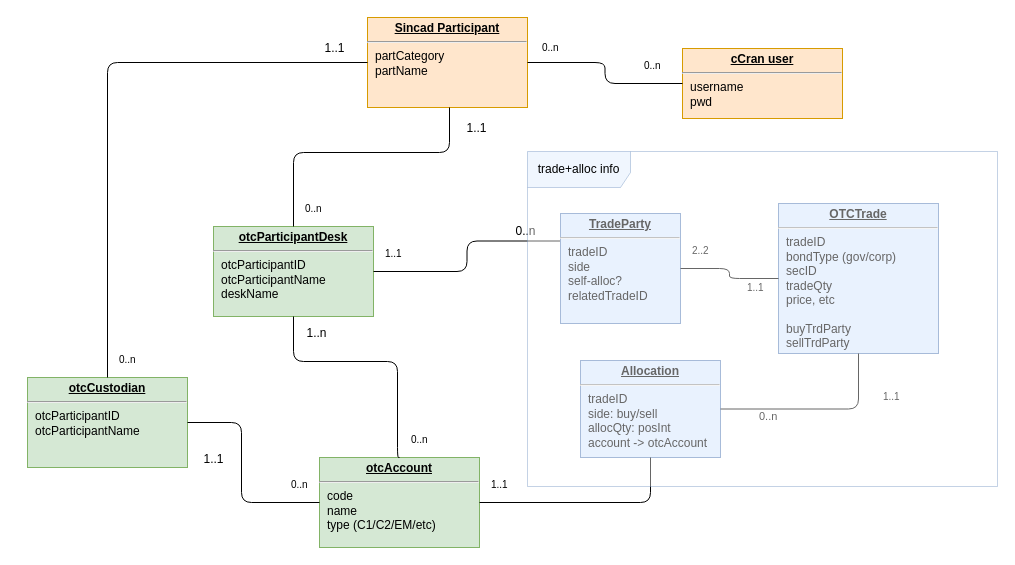
This is Untitled Diagram.drawio from mbolmstrand/graphql_is_the_bomb, a draw.io file, before an edit. Source tidied: cells renumbered, new cells numbered last; positions are measured from the earlier drawing's top-left corner, leaving out a move shared by most shapes. Both pictures are drawn from the tidied source at 100%, with x=0, y=0 at pixel (27, 17).
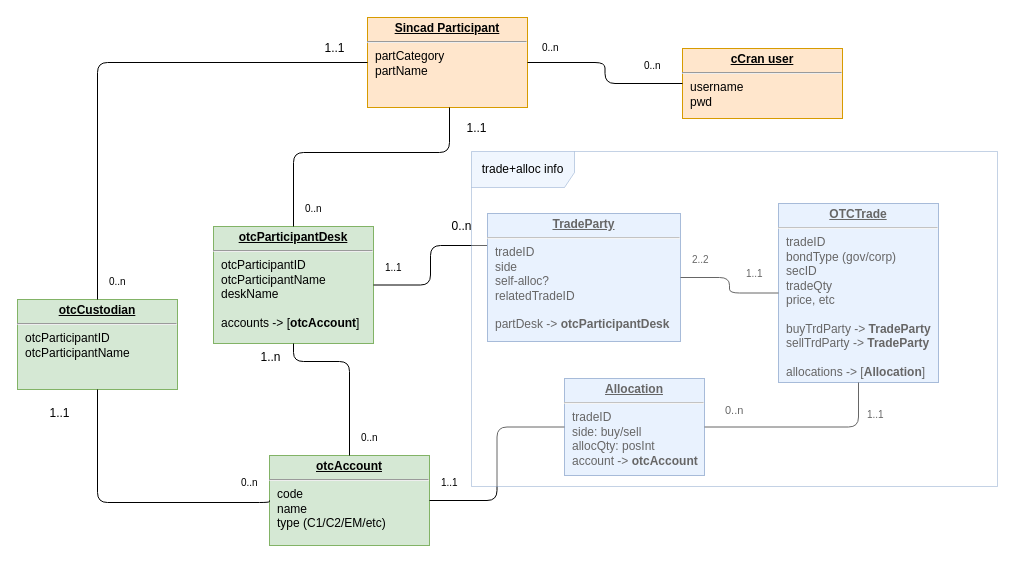
Above is the later version.

What changed in the source:
```diff
@@
-    <mxCell id="3" value="&lt;p style=&quot;margin: 0px ; margin-top: 4px ; text-align: center ; text-decoration: underline&quot;&gt;&lt;b&gt;otcParticipantDesk&lt;/b&gt;&lt;/p&gt;&lt;hr&gt;&lt;p style=&quot;margin: 0px ; margin-left: 8px&quot;&gt;otcParticipantID&lt;br&gt;otcParticipantName&lt;br&gt;deskName&lt;/p&gt;" style="verticalAlign=top;align=left;overflow=fill;fontSize=12;fontFamily=Helvetica;html=1;fillColor=#d5e8d4;strokeColor=#82b366;" parent="1" vertex="1">
-      <mxGeometry x="186" y="209" width="160" height="90" as="geometry" />
+    <mxCell id="3" value="&lt;p style=&quot;margin: 0px ; margin-top: 4px ; text-align: center ; text-decoration: underline&quot;&gt;&lt;b&gt;otcParticipantDesk&lt;/b&gt;&lt;/p&gt;&lt;hr&gt;&lt;p style=&quot;margin: 0px ; margin-left: 8px&quot;&gt;otcParticipantID&lt;br&gt;otcParticipantName&lt;br&gt;deskName&lt;/p&gt;&lt;p style=&quot;margin: 0px ; margin-left: 8px&quot;&gt;&lt;br&gt;&lt;/p&gt;&lt;p style=&quot;margin: 0px ; margin-left: 8px&quot;&gt;accounts -&amp;gt; [&lt;b&gt;otcAccount&lt;/b&gt;]&lt;/p&gt;" style="verticalAlign=top;align=left;overflow=fill;fontSize=12;fontFamily=Helvetica;html=1;fillColor=#d5e8d4;strokeColor=#82b366;" parent="1" vertex="1">
+      <mxGeometry x="186" y="209" width="160" height="117" as="geometry" />
     </mxCell>
     <mxCell id="4" value="&lt;p style=&quot;margin: 0px ; margin-top: 4px ; text-align: center ; text-decoration: underline&quot;&gt;&lt;b&gt;otcAccount&lt;/b&gt;&lt;/p&gt;&lt;hr&gt;&lt;p style=&quot;margin: 0px ; margin-left: 8px&quot;&gt;code&lt;br&gt;name&lt;/p&gt;&lt;p style=&quot;margin: 0px ; margin-left: 8px&quot;&gt;type (C1/C2/EM/etc)&lt;/p&gt;" style="verticalAlign=top;align=left;overflow=fill;fontSize=12;fontFamily=Helvetica;html=1;fillColor=#d5e8d4;strokeColor=#82b366;" parent="1" vertex="1">
-      <mxGeometry x="292" y="440" width="160" height="90" as="geometry" />
+      <mxGeometry x="242" y="438" width="160" height="90" as="geometry" />
     </mxCell>
     <mxCell id="5" style="endArrow=none;html=1;startArrow=none;startFill=0;edgeStyle=orthogonalEdgeStyle;exitX=0.5;exitY=0;exitDx=0;exitDy=0;endFill=0;" parent="1" edge="1" source="4" target="3">
       <mxGeometry relative="1" as="geometry">
         <Array as="points">
-          <mxPoint x="370" y="344" />
+          <mxPoint x="322" y="344" />
           <mxPoint x="266" y="344" />
         </Array>
       </mxGeometry>
     </mxCell>
@@
     <mxCell id="8" value="1..n" style="text;html=1;align=center;verticalAlign=middle;" parent="1" vertex="1">
-      <mxGeometry x="269" y="306" width="40" height="20" as="geometry" />
+      <mxGeometry x="223" y="330" width="40" height="20" as="geometry" />
     </mxCell>
@@
-    <mxCell id="16" value="0..n" style="text;html=1;align=center;verticalAlign=middle;" parent="1" vertex="1">
-      <mxGeometry x="478" y="204" width="40" height="20" as="geometry" />
-    </mxCell>
     <mxCell id="17" value="&lt;p style=&quot;margin: 0px ; margin-top: 4px ; text-align: center ; text-decoration: underline&quot;&gt;&lt;b&gt;otcCustodian&lt;/b&gt;&lt;/p&gt;&lt;hr&gt;&lt;p style=&quot;margin: 0px ; margin-left: 8px&quot;&gt;otcParticipantID&lt;br&gt;otcParticipantName&lt;br&gt;&lt;br&gt;&lt;/p&gt;" style="verticalAlign=top;align=left;overflow=fill;fontSize=12;fontFamily=Helvetica;html=1;fillColor=#d5e8d4;strokeColor=#82b366;" parent="1" vertex="1">
-      <mxGeometry y="360" width="160" height="90" as="geometry" />
+      <mxGeometry x="-10" y="282" width="160" height="90" as="geometry" />
     </mxCell>
-    <mxCell id="18" style="endArrow=none;html=1;startArrow=none;startFill=0;edgeStyle=orthogonalEdgeStyle;exitX=0;exitY=0.5;exitDx=0;exitDy=0;endFill=0;entryX=1;entryY=0.5;entryDx=0;entryDy=0;" parent="1" edge="1" source="4" target="17">
+    <mxCell id="18" style="endArrow=none;html=1;startArrow=none;startFill=0;edgeStyle=orthogonalEdgeStyle;exitX=0;exitY=0.5;exitDx=0;exitDy=0;endFill=0;entryX=0.5;entryY=1;entryDx=0;entryDy=0;" parent="1" edge="1" source="4" target="17">
       <mxGeometry relative="1" as="geometry">
         <Array as="points">
-          <mxPoint x="214" y="485" />
-          <mxPoint x="214" y="405" />
+          <mxPoint x="242" y="485" />
+          <mxPoint x="70" y="485" />
         </Array>
       </mxGeometry>
     </mxCell>
@@
     <mxCell id="21" value="1..1" style="text;html=1;align=center;verticalAlign=middle;" parent="1" vertex="1">
-      <mxGeometry x="166" y="432" width="40" height="20" as="geometry" />
+      <mxGeometry x="12" y="386" width="40" height="20" as="geometry" />
     </mxCell>
@@
-    <mxCell id="27" value="&lt;p style=&quot;margin: 0px ; margin-top: 4px ; text-align: center ; text-decoration: underline&quot;&gt;&lt;b&gt;OTCTrade&lt;/b&gt;&lt;/p&gt;&lt;hr&gt;&lt;p style=&quot;margin: 0px ; margin-left: 8px&quot;&gt;tradeID&lt;/p&gt;&lt;p style=&quot;margin: 0px ; margin-left: 8px&quot;&gt;bondType (gov/corp)&lt;/p&gt;&lt;p style=&quot;margin: 0px ; margin-left: 8px&quot;&gt;secID&lt;/p&gt;&lt;p style=&quot;margin: 0px ; margin-left: 8px&quot;&gt;tradeQty&lt;/p&gt;&lt;p style=&quot;margin: 0px ; margin-left: 8px&quot;&gt;price, etc&lt;/p&gt;&lt;p style=&quot;margin: 0px ; margin-left: 8px&quot;&gt;&lt;br&gt;&lt;/p&gt;&lt;p style=&quot;margin: 0px ; margin-left: 8px&quot;&gt;buyTrdParty&lt;/p&gt;&lt;p style=&quot;margin: 0px ; margin-left: 8px&quot;&gt;sellTrdParty&lt;/p&gt;" style="verticalAlign=top;align=left;overflow=fill;fontSize=12;fontFamily=Helvetica;html=1;fillColor=#dae8fc;strokeColor=#6c8ebf;" parent="1" vertex="1">
-      <mxGeometry x="751" y="186" width="160" height="150" as="geometry" />
+    <mxCell id="27" value="&lt;p style=&quot;margin: 0px ; margin-top: 4px ; text-align: center ; text-decoration: underline&quot;&gt;&lt;b&gt;OTCTrade&lt;/b&gt;&lt;/p&gt;&lt;hr&gt;&lt;p style=&quot;margin: 0px ; margin-left: 8px&quot;&gt;tradeID&lt;/p&gt;&lt;p style=&quot;margin: 0px ; margin-left: 8px&quot;&gt;bondType (gov/corp)&lt;/p&gt;&lt;p style=&quot;margin: 0px ; margin-left: 8px&quot;&gt;secID&lt;/p&gt;&lt;p style=&quot;margin: 0px ; margin-left: 8px&quot;&gt;tradeQty&lt;/p&gt;&lt;p style=&quot;margin: 0px ; margin-left: 8px&quot;&gt;price, etc&lt;/p&gt;&lt;p style=&quot;margin: 0px ; margin-left: 8px&quot;&gt;&lt;br&gt;&lt;/p&gt;&lt;p style=&quot;margin: 0px ; margin-left: 8px&quot;&gt;buyTrdParty -&amp;gt; &lt;b&gt;TradeParty&lt;/b&gt;&lt;/p&gt;&lt;p style=&quot;margin: 0px ; margin-left: 8px&quot;&gt;sellTrdParty -&amp;gt; &lt;b&gt;TradeParty&lt;/b&gt;&lt;/p&gt;&lt;p style=&quot;margin: 0px ; margin-left: 8px&quot;&gt;&lt;b&gt;&lt;br&gt;&lt;/b&gt;&lt;/p&gt;&lt;p style=&quot;margin: 0px ; margin-left: 8px&quot;&gt;allocations -&amp;gt; [&lt;b&gt;Allocation&lt;/b&gt;]&lt;/p&gt;" style="verticalAlign=top;align=left;overflow=fill;fontSize=12;fontFamily=Helvetica;html=1;fillColor=#dae8fc;strokeColor=#6c8ebf;" parent="1" vertex="1">
+      <mxGeometry x="751" y="186" width="160" height="179" as="geometry" />
     </mxCell>
-    <mxCell id="28" value="&lt;p style=&quot;margin: 0px ; margin-top: 4px ; text-align: center ; text-decoration: underline&quot;&gt;&lt;b&gt;TradeParty&lt;/b&gt;&lt;/p&gt;&lt;hr&gt;&lt;p style=&quot;margin: 0px ; margin-left: 8px&quot;&gt;tradeID&lt;/p&gt;&lt;p style=&quot;margin: 0px ; margin-left: 8px&quot;&gt;side&lt;/p&gt;&lt;p style=&quot;margin: 0px ; margin-left: 8px&quot;&gt;self-alloc?&lt;/p&gt;&lt;p style=&quot;margin: 0px ; margin-left: 8px&quot;&gt;relatedTradeID&lt;/p&gt;&lt;p style=&quot;margin: 0px ; margin-left: 8px&quot;&gt;&lt;/p&gt;" style="verticalAlign=top;align=left;overflow=fill;fontSize=12;fontFamily=Helvetica;html=1;fillColor=#dae8fc;strokeColor=#6c8ebf;" parent="1" vertex="1">
-      <mxGeometry x="533" y="196" width="120" height="110" as="geometry" />
+    <mxCell id="28" value="&lt;p style=&quot;margin: 0px ; margin-top: 4px ; text-align: center ; text-decoration: underline&quot;&gt;&lt;b&gt;TradeParty&lt;/b&gt;&lt;/p&gt;&lt;hr&gt;&lt;p style=&quot;margin: 0px ; margin-left: 8px&quot;&gt;tradeID&lt;/p&gt;&lt;p style=&quot;margin: 0px ; margin-left: 8px&quot;&gt;side&lt;/p&gt;&lt;p style=&quot;margin: 0px ; margin-left: 8px&quot;&gt;self-alloc?&lt;/p&gt;&lt;p style=&quot;margin: 0px ; margin-left: 8px&quot;&gt;relatedTradeID&lt;/p&gt;&lt;p style=&quot;margin: 0px ; margin-left: 8px&quot;&gt;&lt;br&gt;&lt;/p&gt;&lt;p style=&quot;margin: 0px ; margin-left: 8px&quot;&gt;partDesk -&amp;gt; &lt;b&gt;otcParticipantDesk&lt;/b&gt;&lt;/p&gt;&lt;p style=&quot;margin: 0px ; margin-left: 8px&quot;&gt;&lt;/p&gt;" style="verticalAlign=top;align=left;overflow=fill;fontSize=12;fontFamily=Helvetica;html=1;fillColor=#dae8fc;strokeColor=#6c8ebf;" parent="1" vertex="1">
+      <mxGeometry x="460" y="196" width="193" height="128" as="geometry" />
     </mxCell>
-    <mxCell id="29" value="&lt;p style=&quot;margin: 0px ; margin-top: 4px ; text-align: center ; text-decoration: underline&quot;&gt;&lt;b&gt;Allocation&lt;/b&gt;&lt;/p&gt;&lt;hr&gt;&lt;p style=&quot;margin: 0px ; margin-left: 8px&quot;&gt;tradeID&lt;/p&gt;&lt;p style=&quot;margin: 0px ; margin-left: 8px&quot;&gt;side: buy/sell&lt;/p&gt;&lt;p style=&quot;margin: 0px ; margin-left: 8px&quot;&gt;allocQty: posInt&amp;nbsp;&lt;/p&gt;&lt;p style=&quot;margin: 0px ; margin-left: 8px&quot;&gt;account -&amp;gt; otcAccount&lt;/p&gt;" style="verticalAlign=top;align=left;overflow=fill;fontSize=12;fontFamily=Helvetica;html=1;fillColor=#dae8fc;strokeColor=#6c8ebf;" parent="1" vertex="1">
-      <mxGeometry x="553" y="343" width="140" height="97" as="geometry" />
+    <mxCell id="29" value="&lt;p style=&quot;margin: 0px ; margin-top: 4px ; text-align: center ; text-decoration: underline&quot;&gt;&lt;b&gt;Allocation&lt;/b&gt;&lt;/p&gt;&lt;hr&gt;&lt;p style=&quot;margin: 0px ; margin-left: 8px&quot;&gt;tradeID&lt;/p&gt;&lt;p style=&quot;margin: 0px ; margin-left: 8px&quot;&gt;side: buy/sell&lt;/p&gt;&lt;p style=&quot;margin: 0px ; margin-left: 8px&quot;&gt;allocQty: posInt&amp;nbsp;&lt;/p&gt;&lt;p style=&quot;margin: 0px ; margin-left: 8px&quot;&gt;account -&amp;gt; &lt;b&gt;otcAccount&lt;/b&gt;&lt;/p&gt;" style="verticalAlign=top;align=left;overflow=fill;fontSize=12;fontFamily=Helvetica;html=1;fillColor=#dae8fc;strokeColor=#6c8ebf;" parent="1" vertex="1">
+      <mxGeometry x="537" y="361" width="140" height="97" as="geometry" />
     </mxCell>
@@
-    <mxCell id="36" style="endArrow=none;html=1;startArrow=none;startFill=0;edgeStyle=orthogonalEdgeStyle;exitX=1;exitY=0.5;exitDx=0;exitDy=0;endFill=0;entryX=0.5;entryY=1;entryDx=0;entryDy=0;" parent="1" edge="1" source="4" target="29">
+    <mxCell id="36" style="endArrow=none;html=1;startArrow=none;startFill=0;edgeStyle=orthogonalEdgeStyle;exitX=1;exitY=0.5;exitDx=0;exitDy=0;endFill=0;entryX=0;entryY=0.5;entryDx=0;entryDy=0;" parent="1" edge="1" source="4" target="29">
       <mxGeometry relative="1" as="geometry" />
     </mxCell>
@@
     <mxCell id="39" value="1..1" style="html=1;align=left;verticalAlign=top;labelBackgroundColor=#ffffff;fontSize=10;direction=west;" parent="1" vertex="1">
-      <mxGeometry x="683" y="326" as="geometry">
+      <mxGeometry x="682" y="312" as="geometry">
         <mxPoint x="35" y="-68" as="offset" />
       </mxGeometry>
     </mxCell>
     <mxCell id="40" value="&lt;font style=&quot;font-size: 11px&quot;&gt;0..n&lt;/font&gt;" style="html=1;align=left;verticalAlign=top;labelBackgroundColor=#ffffff;fontSize=10;" parent="1" vertex="1">
-      <mxGeometry x="600" y="469" as="geometry">
+      <mxGeometry x="566" y="463" as="geometry">
         <mxPoint x="130" y="-83" as="offset" />
       </mxGeometry>
     </mxCell>
-    <mxCell id="41" value="trade+alloc info" style="shape=umlFrame;whiteSpace=wrap;html=1;shadow=0;comic=0;opacity=40;swimlaneFillColor=#ffffff;fillColor=#dae8fc;strokeColor=#6c8ebf;width=103;height=36;" parent="1" vertex="1">
-      <mxGeometry x="500" y="134" width="470" height="335" as="geometry" />
-    </mxCell>
@@
+    <mxCell id="46" parent="0" />
+    <mxCell id="41" value="trade+alloc info" style="shape=umlFrame;whiteSpace=wrap;html=1;shadow=0;comic=0;opacity=40;swimlaneFillColor=#ffffff;fillColor=#dae8fc;strokeColor=#6c8ebf;width=103;height=36;" parent="46" vertex="1">
+      <mxGeometry x="444" y="134" width="526" height="335" as="geometry" />
+    </mxCell>
+    <mxCell id="16" value="0..n" style="text;html=1;align=center;verticalAlign=middle;" parent="46" vertex="1">
+      <mxGeometry x="419" y="200" width="30" height="18" as="geometry" />
+    </mxCell>
```
